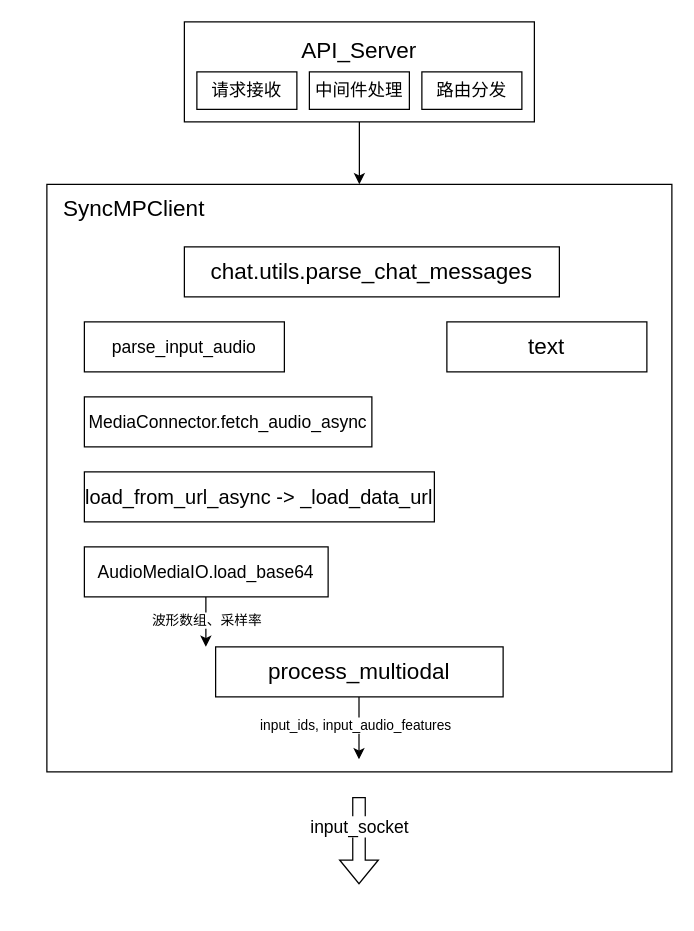
Above: vllm客户端进程.drawio in ADaBenxiong/vllm (draw.io), before the change. Source tidied: cells renumbered, new cells numbered last; positions are measured from the earlier drawing's top-left corner, leaving out a move shared by most shapes. Both pictures are drawn from the tidied source at 125%, with x=0, y=0 at pixel (21, 21).
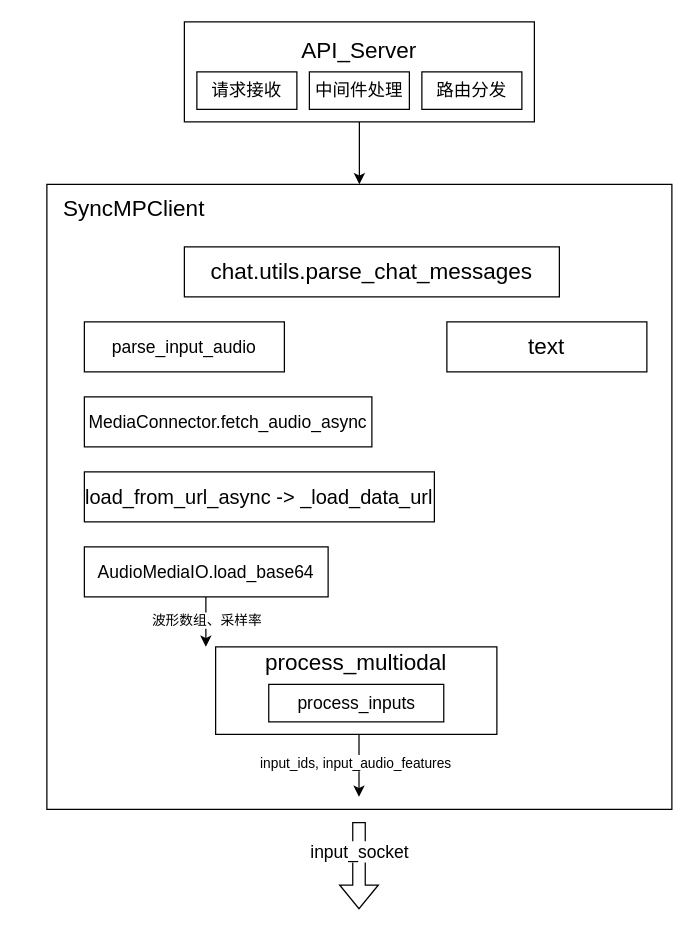
The same page after the edit.

Commit message:
更新vllm客户端进程.drawio

What changed in the source:
```diff
@@
     <mxCell id="2" style="rounded=0;whiteSpace=wrap;html=1;" parent="1" vertex="1">
-      <mxGeometry x="20" y="130" width="500" height="470" as="geometry" />
+      <mxGeometry x="20" y="130" width="500" height="500" as="geometry" />
     </mxCell>
@@
-    <mxCell id="8" value="&lt;font style=&quot;font-size: 18px;&quot;&gt;process_multiodal&lt;/font&gt;" style="rounded=0;whiteSpace=wrap;html=1;" parent="1" vertex="1">
-      <mxGeometry x="155" y="500" width="230" height="40" as="geometry" />
+    <mxCell id="8" value="&lt;font style=&quot;font-size: 18px;&quot;&gt;process_multiodal&lt;/font&gt;&lt;div&gt;&lt;span style=&quot;font-size: 18px;&quot;&gt;&lt;br&gt;&lt;/span&gt;&lt;div&gt;&lt;font style=&quot;font-size: 18px;&quot;&gt;&lt;br&gt;&lt;/font&gt;&lt;/div&gt;&lt;/div&gt;" style="rounded=0;whiteSpace=wrap;html=1;" parent="1" vertex="1">
+      <mxGeometry x="155" y="500" width="225" height="70" as="geometry" />
     </mxCell>
@@
     <mxCell id="17" style="shape=flexArrow;endArrow=classic;html=1;rounded=0;" parent="1" edge="1">
       <mxGeometry relative="1" as="geometry">
-        <mxPoint x="269.7" y="620" as="sourcePoint" />
-        <mxPoint x="269.7" y="690" as="targetPoint" />
+        <mxPoint x="269.7" y="640" as="sourcePoint" />
+        <mxPoint x="269.7" y="710" as="targetPoint" />
       </mxGeometry>
     </mxCell>
@@
     <mxCell id="20" style="endArrow=classic;html=1;rounded=0;" parent="1" edge="1">
       <mxGeometry relative="1" as="geometry">
-        <mxPoint x="269.7" y="540" as="sourcePoint" />
-        <mxPoint x="269.7" y="590" as="targetPoint" />
+        <mxPoint x="269.7" y="570" as="sourcePoint" />
+        <mxPoint x="269.7" y="620" as="targetPoint" />
       </mxGeometry>
     </mxCell>
@@
+    <mxCell id="22" value="&lt;font style=&quot;font-size: 14px;&quot;&gt;process_inputs&lt;/font&gt;" style="rounded=0;whiteSpace=wrap;html=1;" parent="1" vertex="1">
+      <mxGeometry x="197.5" y="530" width="140" height="30" as="geometry" />
+    </mxCell>
```
